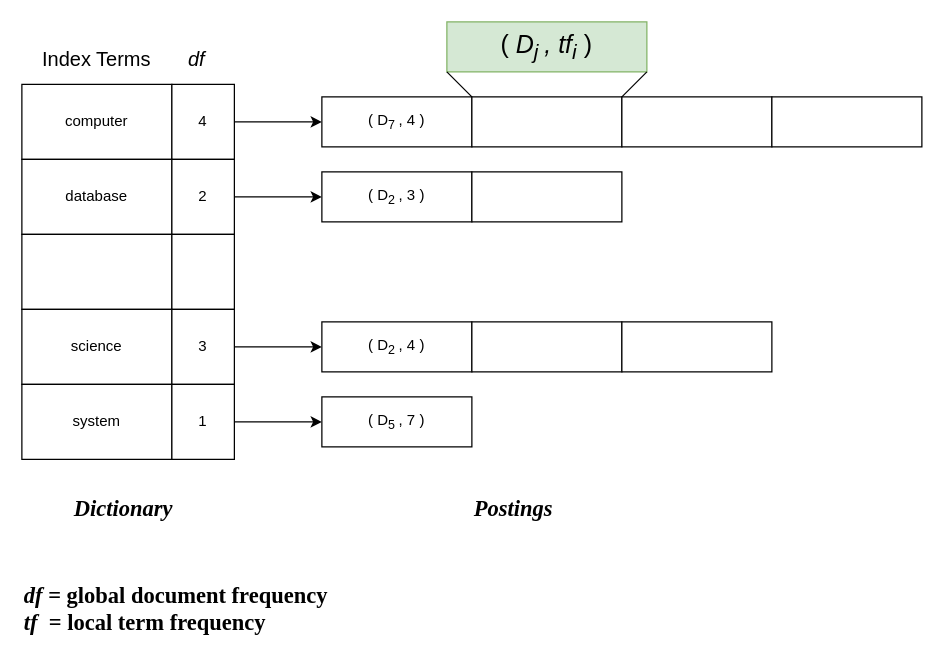
Before: doc/tf-idf.drawio in amazingchow/photon-dance-vector-space-searcher, a draw.io diagram. Source tidied: cells renumbered, new cells numbered last; positions are measured from the earlier drawing's top-left corner, leaving out a move shared by most shapes. Both pictures are drawn from the tidied source at 125%, with x=0, y=0 at pixel (21, 21).
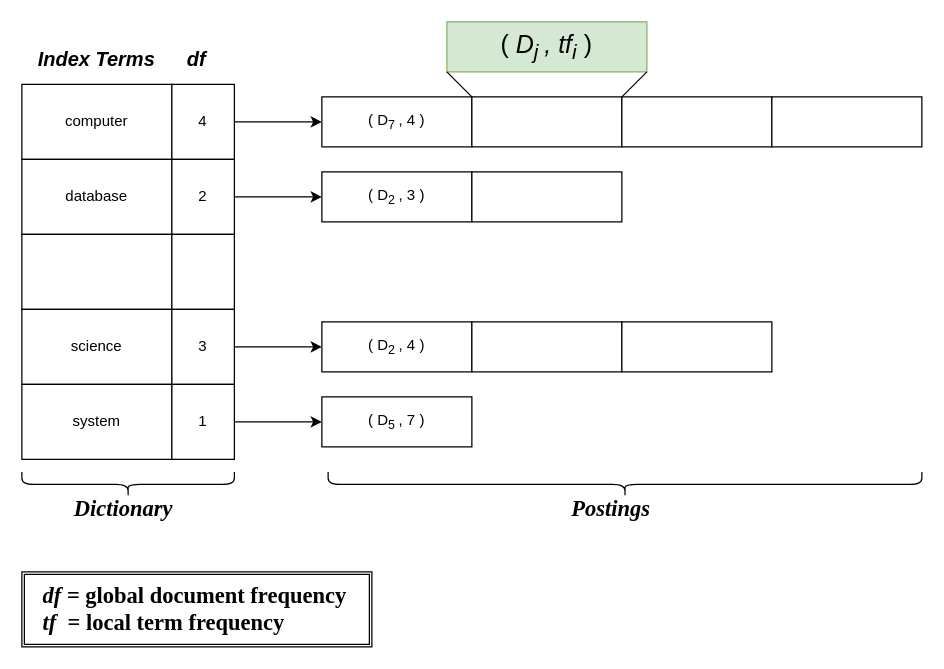
The same diagram, later.

Change to the diagram source:
```diff
@@
+    <mxCell id="34" style="shape=ext;double=1;rounded=0;whiteSpace=wrap;html=1;" parent="1" vertex="1">
+      <mxGeometry y="440" width="280" height="60" as="geometry" />
+    </mxCell>
@@
-    <mxCell id="26" value="&lt;font style=&quot;font-size: 16px&quot;&gt;Index Terms&lt;/font&gt;" style="text;html=1;strokeColor=none;fillColor=none;align=center;verticalAlign=middle;whiteSpace=wrap;rounded=0;" parent="1" vertex="1">
+    <mxCell id="26" value="&lt;font style=&quot;font-size: 16px&quot;&gt;&lt;i&gt;&lt;b&gt;Index Terms&lt;/b&gt;&lt;/i&gt;&lt;/font&gt;" style="text;html=1;strokeColor=none;fillColor=none;align=center;verticalAlign=middle;whiteSpace=wrap;rounded=0;" parent="1" vertex="1">
       <mxGeometry x="5" y="20" width="110" height="20" as="geometry" />
     </mxCell>
-    <mxCell id="27" value="&lt;i&gt;&lt;font style=&quot;font-size: 16px&quot;&gt;df&lt;/font&gt;&lt;/i&gt;" style="text;html=1;strokeColor=none;fillColor=none;align=center;verticalAlign=middle;whiteSpace=wrap;rounded=0;" parent="1" vertex="1">
+    <mxCell id="27" value="&lt;i&gt;&lt;font style=&quot;font-size: 16px&quot;&gt;&lt;b&gt;df&lt;/b&gt;&lt;/font&gt;&lt;/i&gt;" style="text;html=1;strokeColor=none;fillColor=none;align=center;verticalAlign=middle;whiteSpace=wrap;rounded=0;" parent="1" vertex="1">
       <mxGeometry x="120" y="20" width="40" height="20" as="geometry" />
     </mxCell>
@@
     <mxCell id="31" value="&lt;font style=&quot;font-size: 18px&quot; face=&quot;Times New Roman&quot;&gt;&lt;b&gt;&lt;i&gt;df&lt;/i&gt; = global document frequency&lt;br&gt;&lt;i&gt;tf&lt;/i&gt;&amp;nbsp; = local term frequency&lt;/b&gt;&lt;/font&gt;" style="text;html=1;strokeColor=none;fillColor=none;align=left;verticalAlign=middle;whiteSpace=wrap;rounded=0;" parent="1" vertex="1">
-      <mxGeometry y="450" width="250" height="40" as="geometry" />
+      <mxGeometry x="15" y="450" width="250" height="40" as="geometry" />
     </mxCell>
@@
     <mxCell id="33" value="&lt;font face=&quot;Times New Roman&quot;&gt;&lt;span style=&quot;font-size: 18px&quot;&gt;&lt;b&gt;&lt;i&gt;Postings&lt;/i&gt;&lt;/b&gt;&lt;/span&gt;&lt;/font&gt;" style="text;html=1;strokeColor=none;fillColor=none;align=left;verticalAlign=middle;whiteSpace=wrap;rounded=0;" parent="1" vertex="1">
-      <mxGeometry x="360" y="370" width="90" height="40" as="geometry" />
+      <mxGeometry x="437.5" y="370" width="90" height="40" as="geometry" />
     </mxCell>
+    <mxCell id="35" style="shape=curlyBracket;whiteSpace=wrap;html=1;rounded=1;rotation=-90;" parent="1" vertex="1">
+      <mxGeometry x="75" y="285" width="20" height="170" as="geometry" />
+    </mxCell>
+    <mxCell id="36" style="shape=curlyBracket;whiteSpace=wrap;html=1;rounded=1;rotation=-90;" parent="1" vertex="1">
+      <mxGeometry x="472.5" y="132.5" width="20" height="475" as="geometry" />
+    </mxCell>
```
